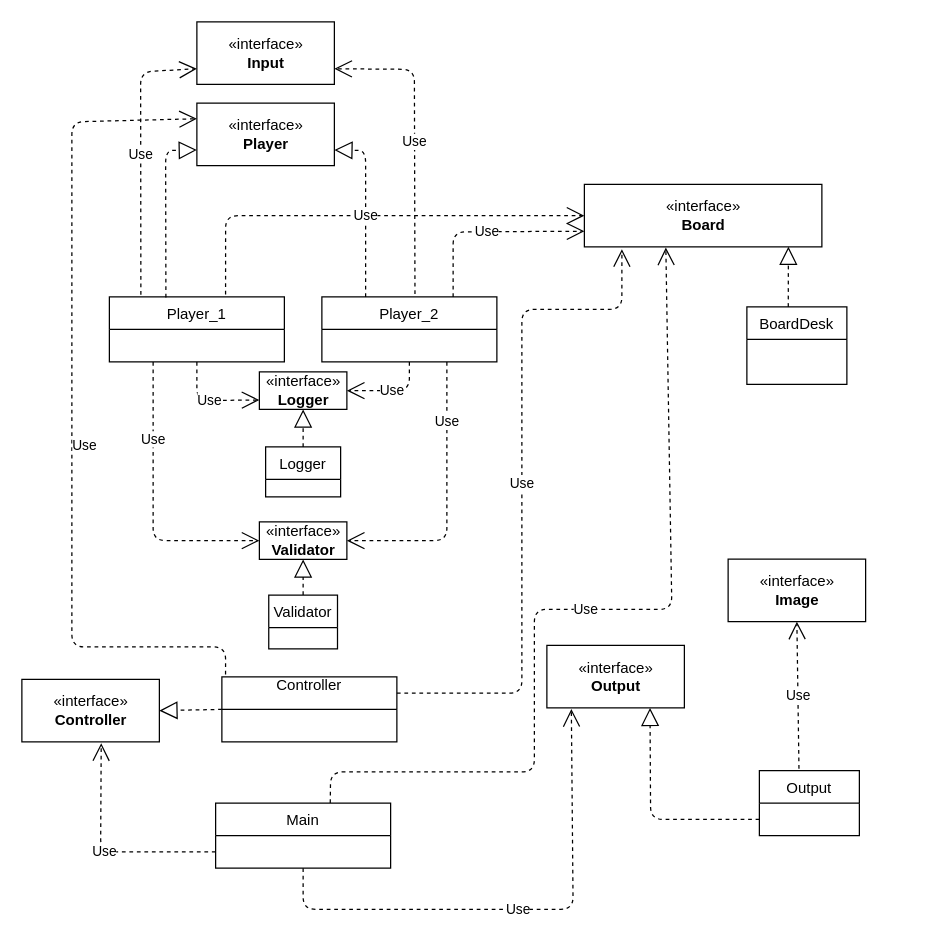
The draw.io diagram X-O_game.drawio in AshleySunsine/job4j_grabber, before the edit. Source tidied: cells renumbered, new cells numbered last; positions are measured from the earlier drawing's top-left corner, leaving out a move shared by most shapes. Both pictures are drawn from the tidied source at 125%, with x=0, y=0 at pixel (21, 21).
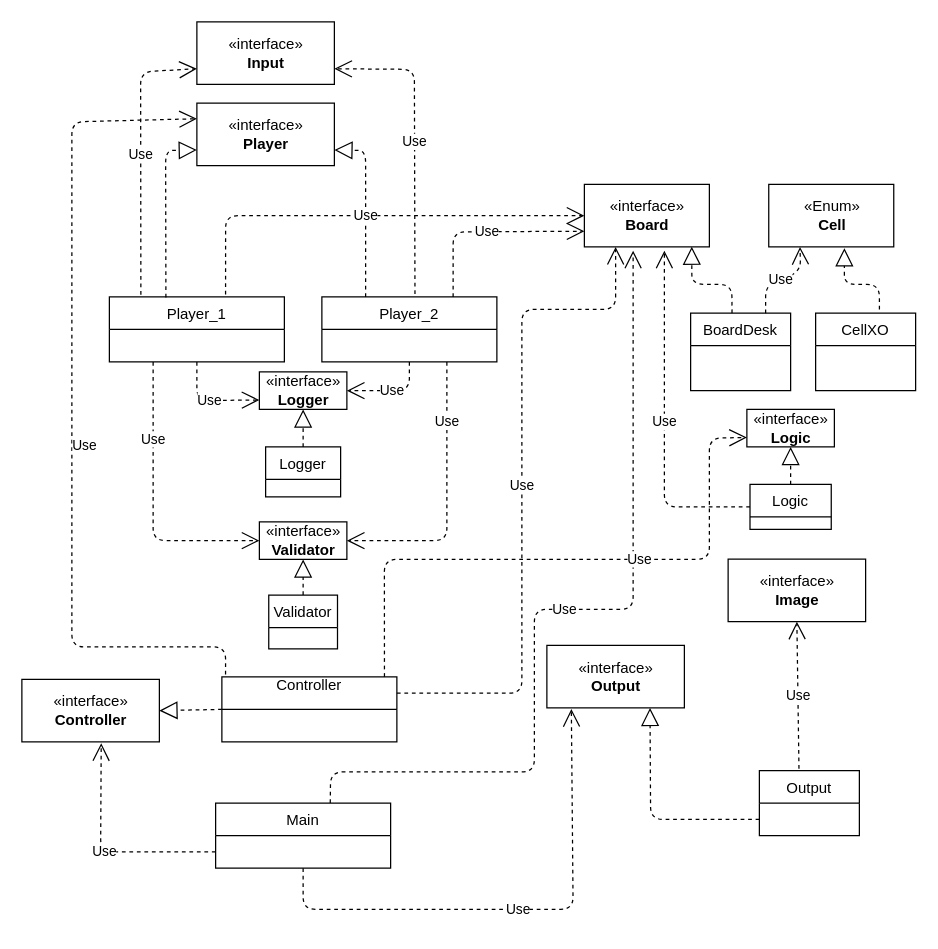
After the change.

Unchanged cells that the change refers to:
```xml
<mxCell id="16" value="Controller&#10;" style="swimlane;fontStyle=0;horizontal=1;startSize=26;fillColor=none;" parent="1" vertex="1">
  <mxGeometry x="160" y="524" width="140" height="52" as="geometry" />
</mxCell>
<mxCell id="32" value="Main" style="swimlane;fontStyle=0;horizontal=1;startSize=26;fillColor=none;" parent="1" vertex="1">
  <mxGeometry x="155" y="625" width="140" height="52" as="geometry" />
</mxCell>
```

What changed in the source:
```diff
@@
     <mxCell id="4" value="«interface»&lt;br&gt;&lt;b&gt;Board&lt;/b&gt;" style="html=1;" parent="1" vertex="1">
-      <mxGeometry x="450" y="130" width="190" height="50" as="geometry" />
+      <mxGeometry x="450" y="130" width="100" height="50" as="geometry" />
     </mxCell>
@@
     <mxCell id="14" value="BoardDesk" style="swimlane;fontStyle=0;horizontal=1;startSize=26;fillColor=none;" parent="1" vertex="1">
-      <mxGeometry x="580" y="228" width="80" height="62" as="geometry" />
+      <mxGeometry x="535" y="233" width="80" height="62" as="geometry" />
     </mxCell>
     <mxCell id="15" style="endArrow=block;dashed=1;endFill=0;endSize=12;html=1;entryX=0.859;entryY=0.996;entryDx=0;entryDy=0;exitX=0.414;exitY=0;exitDx=0;exitDy=0;exitPerimeter=0;entryPerimeter=0;" parent="1" edge="1" source="14" target="4">
-      <mxGeometry relative="1" as="geometry" />
+      <mxGeometry relative="1" as="geometry">
+        <Array as="points">
+          <mxPoint x="568" y="210" />
+          <mxPoint x="536" y="210" />
+        </Array>
+      </mxGeometry>
     </mxCell>
@@
-    <mxCell id="19" value="Use" style="endArrow=open;endSize=12;dashed=1;html=1;exitX=1;exitY=0.25;exitDx=0;exitDy=0;entryX=0.158;entryY=1.037;entryDx=0;entryDy=0;entryPerimeter=0;" parent="1" edge="1" source="16" target="4">
+    <mxCell id="19" value="Use" style="endArrow=open;endSize=12;dashed=1;html=1;exitX=1;exitY=0.25;exitDx=0;exitDy=0;entryX=0.25;entryY=1;entryDx=0;entryDy=0;" parent="1" edge="1" source="16" target="4">
       <mxGeometry relative="1" as="geometry">
         <Array as="points">
           <mxPoint x="400" y="537" />
           <mxPoint x="400" y="230" />
-          <mxPoint x="480" y="230" />
+          <mxPoint x="475" y="230" />
         </Array>
       </mxGeometry>
     </mxCell>
@@
-    <mxCell id="34" value="Use" style="endArrow=open;endSize=12;dashed=1;html=1;exitX=0.655;exitY=-0.001;exitDx=0;exitDy=0;entryX=0.343;entryY=1.01;entryDx=0;entryDy=0;entryPerimeter=0;exitPerimeter=0;" parent="1" edge="1" source="32" target="4">
+    <mxCell id="34" value="Use" style="endArrow=open;endSize=12;dashed=1;html=1;exitX=0.655;exitY=-0.001;exitDx=0;exitDy=0;entryX=0.39;entryY=1.06;entryDx=0;entryDy=0;entryPerimeter=0;exitPerimeter=0;" parent="1" edge="1" source="32" target="4">
       <mxGeometry relative="1" as="geometry">
         <Array as="points">
           <mxPoint x="247" y="600" />
           <mxPoint x="410" y="600" />
           <mxPoint x="410" y="470" />
-          <mxPoint x="520" y="470" />
+          <mxPoint x="489" y="470" />
         </Array>
       </mxGeometry>
     </mxCell>
@@
+    <mxCell id="39" value="«interface»&lt;br&gt;&lt;b&gt;Logic&lt;/b&gt;" style="html=1;" parent="1" vertex="1">
+      <mxGeometry x="580" y="310" width="70" height="30" as="geometry" />
+    </mxCell>
+    <mxCell id="40" value="Logic" style="swimlane;fontStyle=0;horizontal=1;startSize=26;fillColor=none;" parent="1" vertex="1">
+      <mxGeometry x="582.5" y="370" width="65" height="36" as="geometry" />
+    </mxCell>
+    <mxCell id="41" style="endArrow=block;dashed=1;endFill=0;endSize=12;html=1;exitX=0.5;exitY=0;exitDx=0;exitDy=0;entryX=0.5;entryY=1;entryDx=0;entryDy=0;" parent="1" edge="1" source="40" target="39">
+      <mxGeometry relative="1" as="geometry" />
+    </mxCell>
+    <mxCell id="42" value="Use" style="endArrow=open;endSize=12;dashed=1;html=1;exitX=0.929;exitY=0;exitDx=0;exitDy=0;exitPerimeter=0;entryX=0;entryY=0.75;entryDx=0;entryDy=0;" parent="1" edge="1" source="16" target="39">
+      <mxGeometry x="0.24" relative="1" as="geometry">
+        <Array as="points">
+          <mxPoint x="290" y="430" />
+          <mxPoint x="550" y="430" />
+          <mxPoint x="550" y="333" />
+        </Array>
+      </mxGeometry>
+    </mxCell>
+    <mxCell id="43" value="«Enum»&lt;br&gt;&lt;b&gt;Cell&lt;/b&gt;" style="html=1;" parent="1" vertex="1">
+      <mxGeometry x="597.5" y="130" width="100" height="50" as="geometry" />
+    </mxCell>
+    <mxCell id="44" value="CellXO" style="swimlane;fontStyle=0;horizontal=1;startSize=26;fillColor=none;" parent="1" vertex="1">
+      <mxGeometry x="635" y="233" width="80" height="62" as="geometry" />
+    </mxCell>
+    <mxCell id="45" style="endArrow=block;dashed=1;endFill=0;endSize=12;html=1;entryX=0.605;entryY=1.02;entryDx=0;entryDy=0;entryPerimeter=0;exitX=0.638;exitY=-0.048;exitDx=0;exitDy=0;exitPerimeter=0;" parent="1" edge="1" source="44" target="43">
+      <mxGeometry relative="1" as="geometry">
+        <Array as="points">
+          <mxPoint x="686" y="210" />
+          <mxPoint x="658" y="210" />
+        </Array>
+      </mxGeometry>
+    </mxCell>
+    <mxCell id="46" value="Use" style="endArrow=open;endSize=12;dashed=1;html=1;entryX=0.25;entryY=1;entryDx=0;entryDy=0;exitX=0.75;exitY=0;exitDx=0;exitDy=0;" parent="1" edge="1" source="14" target="43">
+      <mxGeometry relative="1" as="geometry">
+        <Array as="points">
+          <mxPoint x="595" y="210" />
+          <mxPoint x="623" y="200" />
+        </Array>
+      </mxGeometry>
+    </mxCell>
+    <mxCell id="47" value="Use" style="endArrow=open;endSize=12;dashed=1;html=1;entryX=0.64;entryY=1.06;entryDx=0;entryDy=0;entryPerimeter=0;exitX=0;exitY=0.5;exitDx=0;exitDy=0;" parent="1" edge="1" source="40" target="4">
+      <mxGeometry relative="1" as="geometry">
+        <Array as="points">
+          <mxPoint x="514" y="388" />
+        </Array>
+      </mxGeometry>
+    </mxCell>
```
